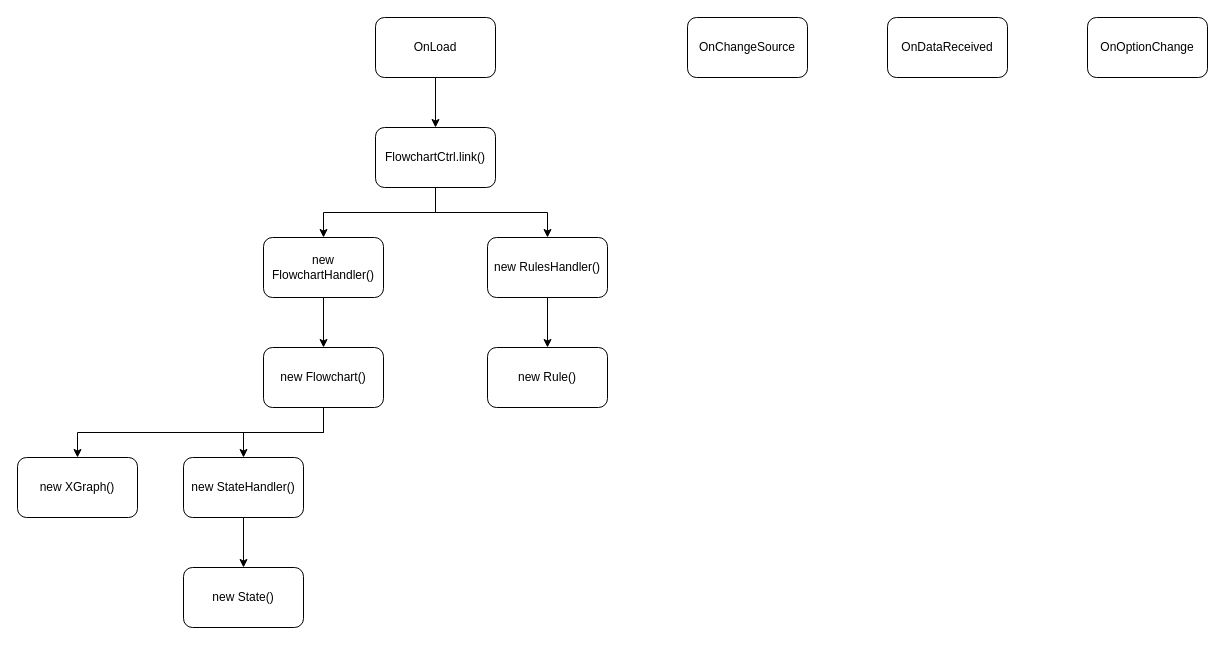
Before: graphs/Flowcharting_Events.drawio in algenty/flowcharting-repository, a draw.io diagram. Source tidied: cells renumbered, new cells numbered last; positions are measured from the earlier drawing's top-left corner, leaving out a move shared by most shapes. Both pictures are drawn from the tidied source at 100%, with x=0, y=0 at pixel (17, 17).
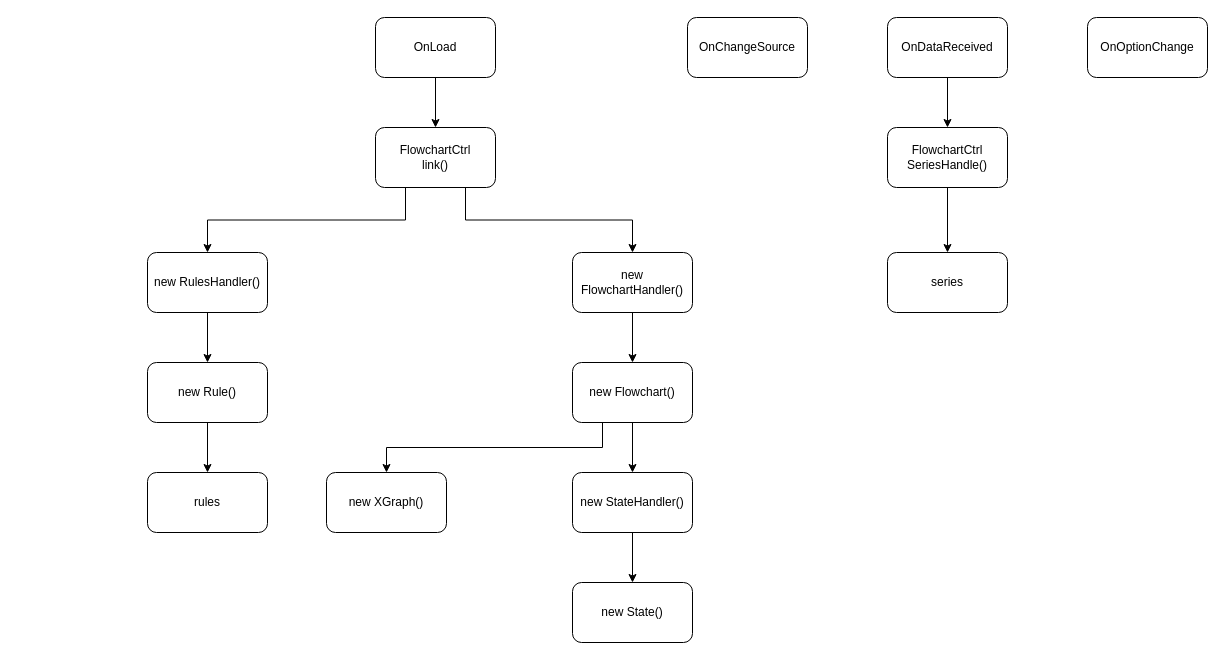
The same page after the edit.

The change refers to these unchanged cells:
```xml
<mxCell id="3" value="OnDataReceived" style="rounded=1;whiteSpace=wrap;html=1;" parent="1" vertex="1">
  <mxGeometry x="870" width="120" height="60" as="geometry" />
</mxCell>
```

Diff of the diagram source:
```diff
@@
+    <mxCell id="22" style="edgeStyle=orthogonalEdgeStyle;rounded=0;jettySize=auto;html=1;entryX=0.5;entryY=0;entryDx=0;entryDy=0;" parent="1" edge="1" source="3" target="25">
+      <mxGeometry relative="1" as="geometry" />
+    </mxCell>
@@
-    <mxCell id="7" style="edgeStyle=orthogonalEdgeStyle;rounded=0;jettySize=auto;html=1;exitX=0.5;exitY=1;exitDx=0;exitDy=0;" parent="1" edge="1" source="9" target="11">
+    <mxCell id="7" style="edgeStyle=orthogonalEdgeStyle;rounded=0;jettySize=auto;html=1;exitX=0.25;exitY=1;exitDx=0;exitDy=0;" parent="1" edge="1" source="9" target="11">
       <mxGeometry relative="1" as="geometry" />
     </mxCell>
-    <mxCell id="8" style="edgeStyle=orthogonalEdgeStyle;rounded=0;jettySize=auto;html=1;" parent="1" edge="1" source="9" target="13">
+    <mxCell id="8" style="edgeStyle=orthogonalEdgeStyle;rounded=0;jettySize=auto;html=1;exitX=0.75;exitY=1;exitDx=0;exitDy=0;" parent="1" edge="1" source="9" target="13">
       <mxGeometry relative="1" as="geometry" />
     </mxCell>
-    <mxCell id="9" value="FlowchartCtrl.link()" style="rounded=1;whiteSpace=wrap;html=1;" parent="1" vertex="1">
+    <mxCell id="9" value="FlowchartCtrl&lt;br&gt;link()" style="rounded=1;whiteSpace=wrap;html=1;" parent="1" vertex="1">
       <mxGeometry x="358" y="110" width="120" height="60" as="geometry" />
     </mxCell>
@@
     <mxCell id="11" value="new RulesHandler()" style="rounded=1;whiteSpace=wrap;html=1;" parent="1" vertex="1">
-      <mxGeometry x="470" y="220" width="120" height="60" as="geometry" />
+      <mxGeometry x="130" y="235" width="120" height="60" as="geometry" />
     </mxCell>
@@
     <mxCell id="13" value="new FlowchartHandler()" style="rounded=1;whiteSpace=wrap;html=1;" parent="1" vertex="1">
-      <mxGeometry x="246" y="220" width="120" height="60" as="geometry" />
+      <mxGeometry x="555" y="235" width="120" height="60" as="geometry" />
     </mxCell>
@@
-    <mxCell id="15" style="edgeStyle=orthogonalEdgeStyle;rounded=0;jettySize=auto;html=1;exitX=0.5;exitY=1;exitDx=0;exitDy=0;" parent="1" edge="1" source="16" target="17">
+    <mxCell id="15" style="edgeStyle=orthogonalEdgeStyle;rounded=0;jettySize=auto;html=1;exitX=0.25;exitY=1;exitDx=0;exitDy=0;" parent="1" edge="1" source="16" target="17">
       <mxGeometry relative="1" as="geometry" />
     </mxCell>
     <mxCell id="16" value="new Flowchart()" style="rounded=1;whiteSpace=wrap;html=1;" parent="1" vertex="1">
-      <mxGeometry x="246" y="330" width="120" height="60" as="geometry" />
+      <mxGeometry x="555" y="345" width="120" height="60" as="geometry" />
     </mxCell>
     <mxCell id="17" value="new XGraph()" style="rounded=1;whiteSpace=wrap;html=1;" parent="1" vertex="1">
-      <mxGeometry y="440" width="120" height="60" as="geometry" />
+      <mxGeometry x="309" y="455" width="120" height="60" as="geometry" />
     </mxCell>
@@
     <mxCell id="19" value="new StateHandler()" style="rounded=1;whiteSpace=wrap;html=1;" parent="1" vertex="1">
-      <mxGeometry x="166" y="440" width="120" height="60" as="geometry" />
+      <mxGeometry x="555" y="455" width="120" height="60" as="geometry" />
     </mxCell>
     <mxCell id="20" value="new State()" style="rounded=1;whiteSpace=wrap;html=1;" parent="1" vertex="1">
-      <mxGeometry x="166" y="550" width="120" height="60" as="geometry" />
+      <mxGeometry x="555" y="565" width="120" height="60" as="geometry" />
     </mxCell>
+    <mxCell id="23" style="edgeStyle=orthogonalEdgeStyle;rounded=0;jettySize=auto;html=1;" parent="1" edge="1" source="21" target="27">
+      <mxGeometry relative="1" as="geometry" />
+    </mxCell>
     <mxCell id="21" value="new Rule()" style="rounded=1;whiteSpace=wrap;html=1;" parent="1" vertex="1">
-      <mxGeometry x="470" y="330" width="120" height="60" as="geometry" />
+      <mxGeometry x="130" y="345" width="120" height="60" as="geometry" />
     </mxCell>
+    <mxCell id="24" style="edgeStyle=orthogonalEdgeStyle;rounded=0;jettySize=auto;html=1;entryX=0.5;entryY=0;entryDx=0;entryDy=0;" parent="1" edge="1" source="25" target="26">
+      <mxGeometry relative="1" as="geometry" />
+    </mxCell>
+    <mxCell id="25" value="FlowchartCtrl&lt;br&gt;SeriesHandle()" style="rounded=1;whiteSpace=wrap;html=1;" parent="1" vertex="1">
+      <mxGeometry x="870" y="110" width="120" height="60" as="geometry" />
+    </mxCell>
+    <mxCell id="26" value="series" style="rounded=1;whiteSpace=wrap;html=1;" parent="1" vertex="1">
+      <mxGeometry x="870" y="235" width="120" height="60" as="geometry" />
+    </mxCell>
+    <mxCell id="27" value="rules" style="rounded=1;whiteSpace=wrap;html=1;" parent="1" vertex="1">
+      <mxGeometry x="130" y="455" width="120" height="60" as="geometry" />
+    </mxCell>
```
